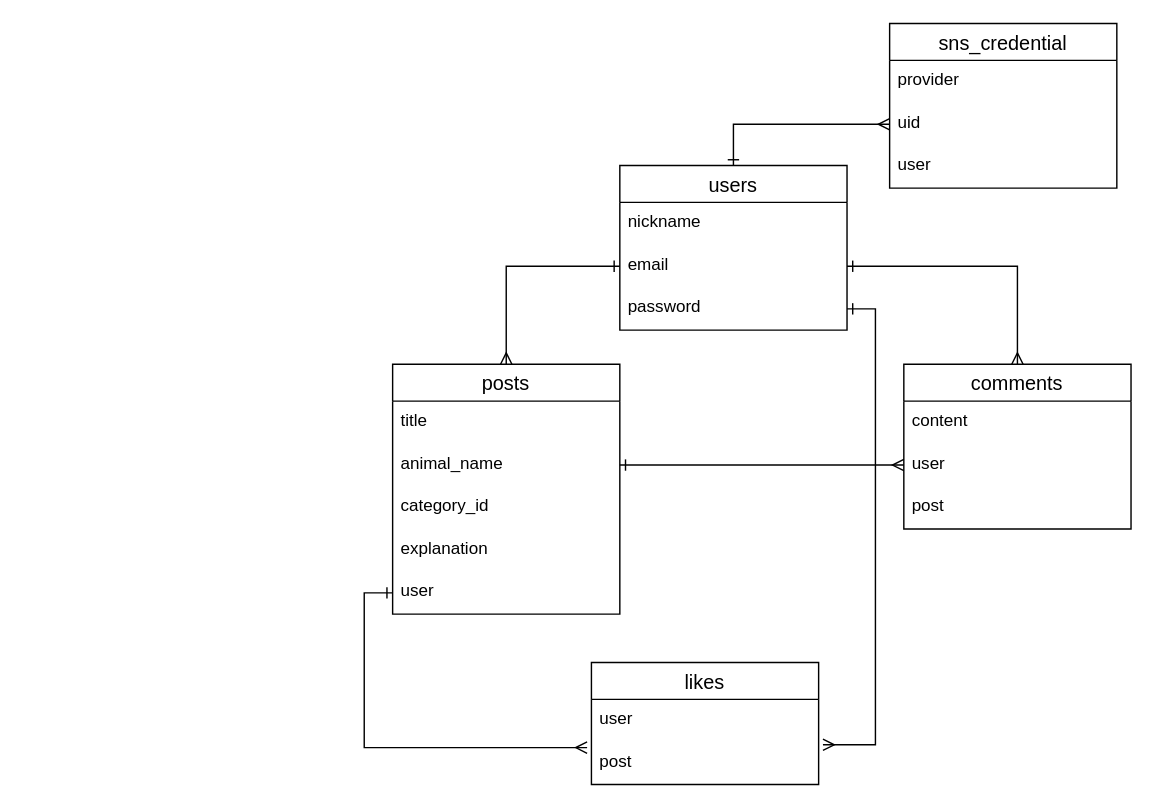
This is anipho.dio from tomoyasakamoto32/anipho, a draw.io file, before an edit. Source tidied: cells renumbered, new cells numbered last; positions are measured from the earlier drawing's top-left corner, leaving out a move shared by most shapes. Both pictures are drawn from the tidied source at 142%, with x=0, y=0 at pixel (392, 23).
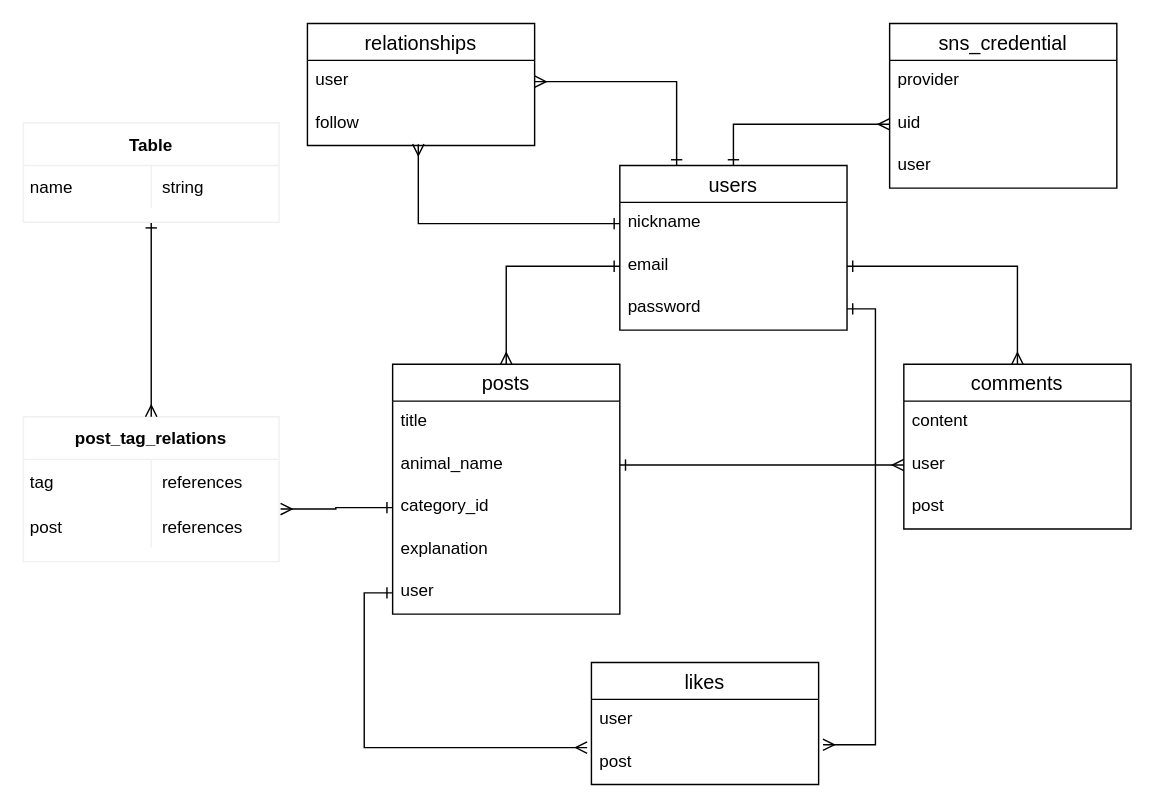
Above is the later version.

Unchanged cells that the change refers to:
```xml
<mxCell id="2" value="users" style="swimlane;fontStyle=0;horizontal=1;startSize=26;align=center;fontSize=14;" parent="1" vertex="1">
  <mxGeometry x="160" y="100" width="160" height="116" as="geometry" />
</mxCell>
<mxCell id="3" value="nickname" style="text;strokeColor=none;fillColor=none;spacingLeft=4;spacingRight=4;overflow=hidden;points=[[0,0.5],[1,0.5]];portConstraint=eastwest;fontSize=12;" parent="2" vertex="1">
  <mxGeometry y="26" width="160" height="30" as="geometry" />
</mxCell>
<mxCell id="9" value="category_id" style="text;strokeColor=none;fillColor=none;spacingLeft=4;spacingRight=4;overflow=hidden;points=[[0,0.5],[1,0.5]];portConstraint=eastwest;fontSize=12;" parent="6" vertex="1">
  <mxGeometry y="86" width="160" height="30" as="geometry" />
</mxCell>
```

The edit, as a diff of the source:
```diff
@@
+    <mxCell id="29" style="edgeStyle=orthogonalEdgeStyle;rounded=0;jettySize=auto;html=1;exitX=0.25;exitY=0;exitDx=0;exitDy=0;entryX=1;entryY=0.5;entryDx=0;entryDy=0;endArrow=ERmany;endFill=0;startArrow=ERone;startFill=0;" parent="1" edge="1" source="2" target="31">
+      <mxGeometry relative="1" as="geometry" />
+    </mxCell>
@@
+    <mxCell id="30" value="relationships" style="swimlane;fontStyle=0;horizontal=1;startSize=26;align=center;fontSize=14;" parent="1" vertex="1">
+      <mxGeometry x="-60" width="160" height="86" as="geometry" />
+    </mxCell>
+    <mxCell id="31" value="user" style="text;strokeColor=none;fillColor=none;spacingLeft=4;spacingRight=4;overflow=hidden;points=[[0,0.5],[1,0.5]];portConstraint=eastwest;fontSize=12;" parent="30" vertex="1">
+      <mxGeometry y="26" width="160" height="30" as="geometry" />
+    </mxCell>
+    <mxCell id="32" value="follow" style="text;strokeColor=none;fillColor=none;spacingLeft=4;spacingRight=4;overflow=hidden;points=[[0,0.5],[1,0.5]];portConstraint=eastwest;fontSize=12;" parent="30" vertex="1">
+      <mxGeometry y="56" width="160" height="30" as="geometry" />
+    </mxCell>
+    <mxCell id="33" style="edgeStyle=orthogonalEdgeStyle;rounded=0;jettySize=auto;html=1;exitX=0;exitY=0.5;exitDx=0;exitDy=0;entryX=0.488;entryY=0.967;entryDx=0;entryDy=0;entryPerimeter=0;startArrow=ERone;startFill=0;endArrow=ERmany;endFill=0;" parent="1" edge="1" source="3" target="32">
+      <mxGeometry relative="1" as="geometry" />
+    </mxCell>
+    <mxCell id="34" value="post_tag_relations" style="shape=table;startSize=30;childLayout=tableLayout;rowLines=0;fontStyle=1;align=center;strokeColor=#f0f0f0;spacingLeft=0;" parent="1" vertex="1">
+      <mxGeometry x="-260" y="277" width="180" height="102" as="geometry" />
+    </mxCell>
+    <mxCell id="35" style="shape=partialRectangle;fillColor=none;top=0;left=0;bottom=0;right=0;" parent="34" vertex="1">
+      <mxGeometry y="30" width="180" height="32" as="geometry" />
+    </mxCell>
+    <mxCell id="36" value="tag" style="shape=partialRectangle;fillColor=none;top=0;left=0;bottom=0;right=0;overflow=hidden;align=left;spacingLeft=3;" parent="35" vertex="1">
+      <mxGeometry width="90" height="32" as="geometry" />
+    </mxCell>
+    <mxCell id="37" value="references" style="shape=partialRectangle;fillColor=none;top=0;left=0;bottom=0;right=0;align=left;spacingLeft=6;overflow=hidden;" parent="35" vertex="1">
+      <mxGeometry x="90" width="90" height="32" as="geometry" />
+    </mxCell>
+    <mxCell id="38" style="shape=partialRectangle;fillColor=none;top=0;left=0;bottom=0;right=0;points=[[0,0.5],[1,0.5]];portConstraint=eastwest;" parent="34" vertex="1">
+      <mxGeometry y="62" width="180" height="30" as="geometry" />
+    </mxCell>
+    <mxCell id="39" value="post" style="shape=partialRectangle;fillColor=none;top=0;left=0;bottom=0;right=0;overflow=hidden;align=left;spacingLeft=3;" parent="38" vertex="1">
+      <mxGeometry width="90" height="30" as="geometry" />
+    </mxCell>
+    <mxCell id="40" value="references" style="shape=partialRectangle;fillColor=none;top=0;left=0;bottom=0;right=0;align=left;spacingLeft=6;overflow=hidden;" parent="38" vertex="1">
+      <mxGeometry x="90" width="90" height="30" as="geometry" />
+    </mxCell>
+    <mxCell id="41" style="edgeStyle=orthogonalEdgeStyle;rounded=0;jettySize=auto;html=1;exitX=0;exitY=0.5;exitDx=0;exitDy=0;entryX=1.006;entryY=0.1;entryDx=0;entryDy=0;entryPerimeter=0;startArrow=ERone;startFill=0;endArrow=ERmany;endFill=0;" parent="1" edge="1" source="9" target="38">
+      <mxGeometry relative="1" as="geometry" />
+    </mxCell>
+    <mxCell id="42" style="edgeStyle=orthogonalEdgeStyle;rounded=0;jettySize=auto;html=1;exitX=0.5;exitY=1;exitDx=0;exitDy=0;entryX=0.5;entryY=0;entryDx=0;entryDy=0;startArrow=ERone;startFill=0;endArrow=ERmany;endFill=0;" parent="1" edge="1" source="43" target="34">
+      <mxGeometry relative="1" as="geometry" />
+    </mxCell>
+    <mxCell id="43" value="Table" style="shape=table;startSize=30;childLayout=tableLayout;rowLines=0;fontStyle=1;align=center;strokeColor=#f0f0f0;" parent="1" vertex="1">
+      <mxGeometry x="-260" y="70" width="180" height="70" as="geometry" />
+    </mxCell>
+    <mxCell id="44" style="shape=partialRectangle;fillColor=none;top=0;left=0;bottom=0;right=0;" parent="43" vertex="1">
+      <mxGeometry y="30" width="180" height="30" as="geometry" />
+    </mxCell>
+    <mxCell id="45" value="name" style="shape=partialRectangle;fillColor=none;top=0;left=0;bottom=0;right=0;overflow=hidden;align=left;spacingLeft=3;" parent="44" vertex="1">
+      <mxGeometry width="90" height="30" as="geometry" />
+    </mxCell>
+    <mxCell id="46" value="string" style="shape=partialRectangle;fillColor=none;top=0;left=0;bottom=0;right=0;align=left;spacingLeft=6;overflow=hidden;" parent="44" vertex="1">
+      <mxGeometry x="90" width="90" height="30" as="geometry" />
+    </mxCell>
```
